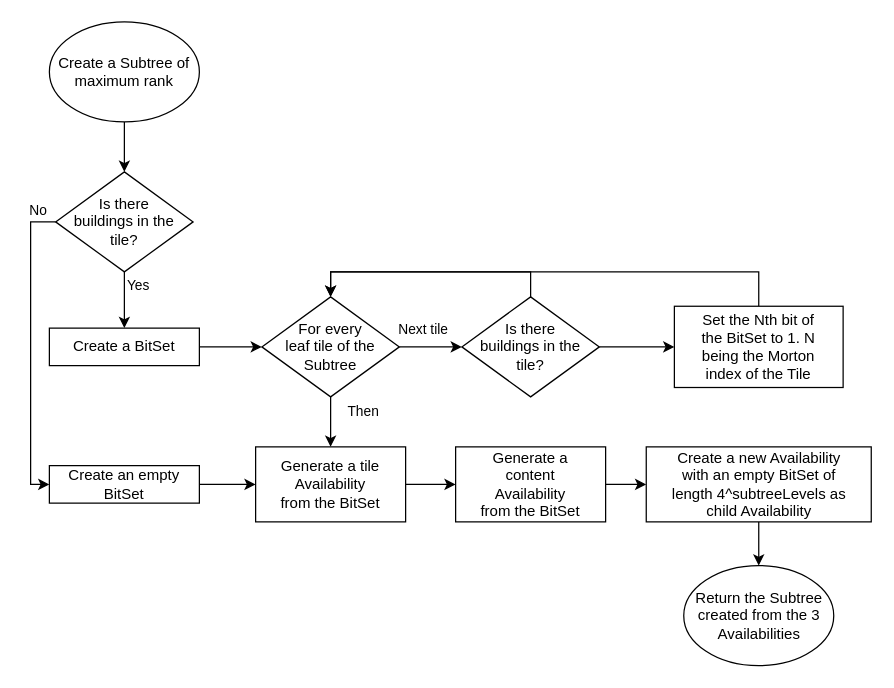
IEscher/incubator-baremaps-TB-ian keeps this draw.io diagram as tb_fr_latex/assets/figures/maxRank-flowchart.drawio. Above is the earlier version. Source tidied: cells renumbered, new cells numbered last; positions are measured from the earlier drawing's top-left corner, leaving out a move shared by most shapes. Both pictures are drawn from the tidied source at 125%, with x=0, y=0 at pixel (49, 21).
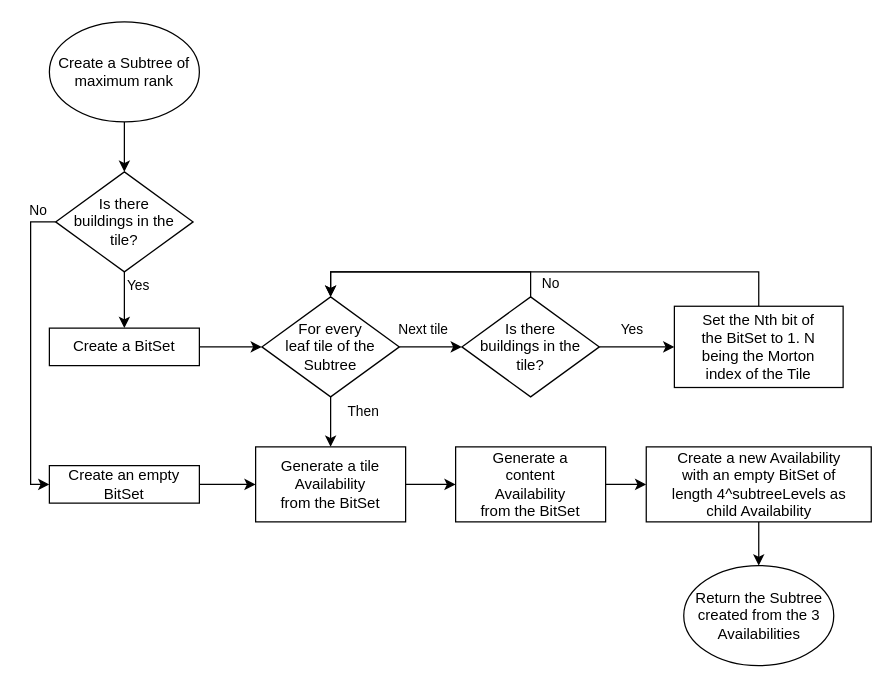
After the change.

Unchanged cells that the change refers to:
```xml
<mxCell id="16" style="edgeStyle=orthogonalEdgeStyle;rounded=0;jettySize=auto;html=1;" parent="1" edge="1" source="18" target="20">
  <mxGeometry relative="1" as="geometry" />
</mxCell>
<mxCell id="17" style="edgeStyle=orthogonalEdgeStyle;rounded=0;jettySize=auto;html=1;exitX=0.5;exitY=0;exitDx=0;exitDy=0;entryX=0.5;entryY=0;entryDx=0;entryDy=0;" parent="1" edge="1" source="18" target="15">
  <mxGeometry relative="1" as="geometry" />
</mxCell>
```

Change to the diagram source:
```diff
@@
+    <mxCell id="30" value="Yes" style="edgeLabel;html=1;align=center;verticalAlign=middle;" parent="16" vertex="1">
+      <mxGeometry x="-0.17" y="3" relative="1" as="geometry">
+        <mxPoint y="-12" as="offset" />
+      </mxGeometry>
+    </mxCell>
@@
+    <mxCell id="31" value="No" style="edgeLabel;html=1;align=center;verticalAlign=middle;" parent="17" vertex="1">
+      <mxGeometry x="-0.88" y="-2" relative="1" as="geometry">
+        <mxPoint x="13" as="offset" />
+      </mxGeometry>
+    </mxCell>
```
